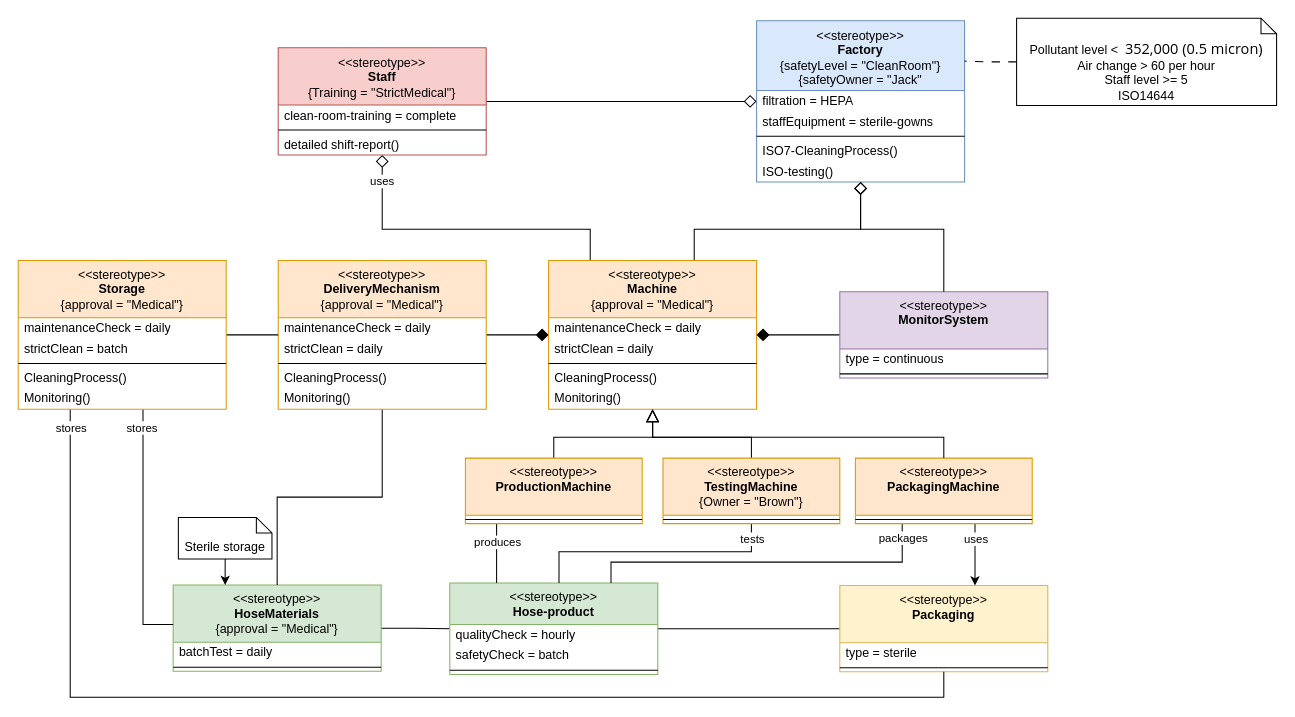
changsongyang/drawio-diagrams keeps this draw.io diagram as page "class diagram - Medical" (2 of 2) of blog/uml-profile-hose-production-example.drawio. Above is the earlier version. Source tidied: cells renumbered, new cells numbered last; positions are measured from the earlier drawing's top-left corner, leaving out a move shared by most shapes. Both pictures are drawn from the tidied source at 104%, with x=0, y=0 at pixel (18, 18).
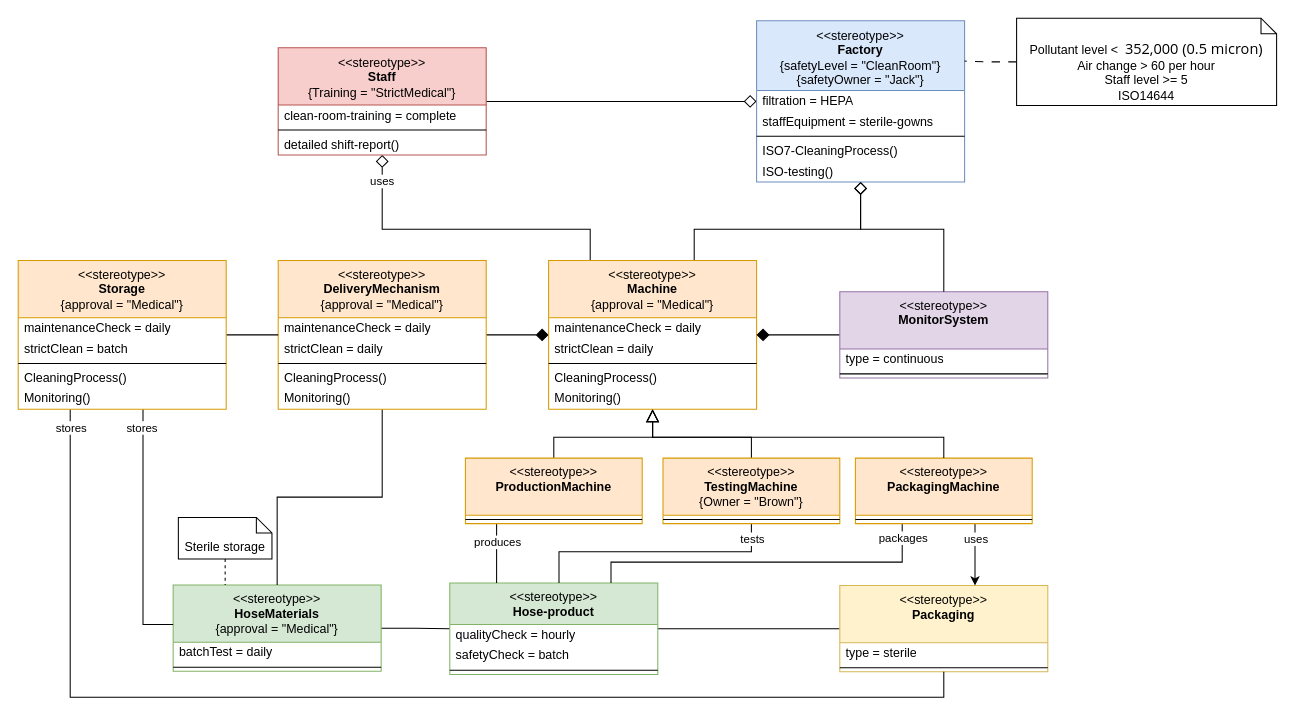
The same page after the edit.

Commit message (it also covers changes not shown here):
Automated factory example

For alignment tools blog post. And edits for connector/label consistency on the profile diagram example.

The change refers to these unchanged cells:
```xml
<mxCell id="28" value="&amp;lt;&amp;lt;stereotype&amp;gt;&amp;gt;&lt;br&gt;&lt;b&gt;HoseMaterials&lt;/b&gt;&lt;div&gt;&lt;span style=&quot;font-size: 12.000001px;&quot;&gt;{approval = &quot;Medical&quot;}&lt;/span&gt;&lt;b&gt;&lt;br&gt;&lt;/b&gt;&lt;/div&gt;" style="swimlane;fontStyle=0;align=center;verticalAlign=top;horizontal=1;startSize=55;html=1;whiteSpace=wrap;fillColor=#d5e8d4;strokeColor=#82b366;" parent="1" vertex="1">
  <mxGeometry x="149" y="545" width="200" height="83" as="geometry" />
</mxCell>
<mxCell id="32" value="Sterile storage" style="shape=note2;boundedLbl=1;whiteSpace=wrap;html=1;size=15;verticalAlign=top;align=center;" parent="1" vertex="1">
  <mxGeometry x="154" y="480" width="90" height="40" as="geometry" />
</mxCell>
```

Change to the diagram source:
```diff
@@
-    <mxCell id="5" value="&amp;lt;&amp;lt;stereotype&amp;gt;&amp;gt;&lt;br&gt;&lt;b&gt;Factory&lt;/b&gt;&lt;div&gt;{safetyLevel = &quot;CleanRoom&quot;}&lt;/div&gt;&lt;div&gt;{safetyOwner = &quot;Jack&quot;&lt;/div&gt;" style="swimlane;fontStyle=0;align=center;verticalAlign=top;horizontal=1;startSize=67;html=1;whiteSpace=wrap;fillColor=#dae8fc;strokeColor=#6c8ebf;" parent="1" vertex="1">
+    <mxCell id="5" value="&amp;lt;&amp;lt;stereotype&amp;gt;&amp;gt;&lt;br&gt;&lt;b&gt;Factory&lt;/b&gt;&lt;div&gt;{safetyLevel = &quot;CleanRoom&quot;}&lt;/div&gt;&lt;div&gt;{safetyOwner = &quot;Jack&quot;}&lt;/div&gt;" style="swimlane;fontStyle=0;align=center;verticalAlign=top;horizontal=1;startSize=67;html=1;whiteSpace=wrap;fillColor=#dae8fc;strokeColor=#6c8ebf;" parent="1" vertex="1">
       <mxGeometry x="710" y="2.5" width="200" height="155" as="geometry" />
     </mxCell>
@@
-    <mxCell id="31" style="rounded=0;jettySize=auto;html=1;entryX=0.25;entryY=0;entryDx=0;entryDy=0;" parent="1" edge="1" source="32" target="28">
+    <mxCell id="31" style="rounded=0;jettySize=auto;html=1;entryX=0.25;entryY=0;entryDx=0;entryDy=0;endArrow=none;startFill=0;dashed=1;" parent="1" edge="1" source="32" target="28">
       <mxGeometry relative="1" as="geometry" />
     </mxCell>
```
